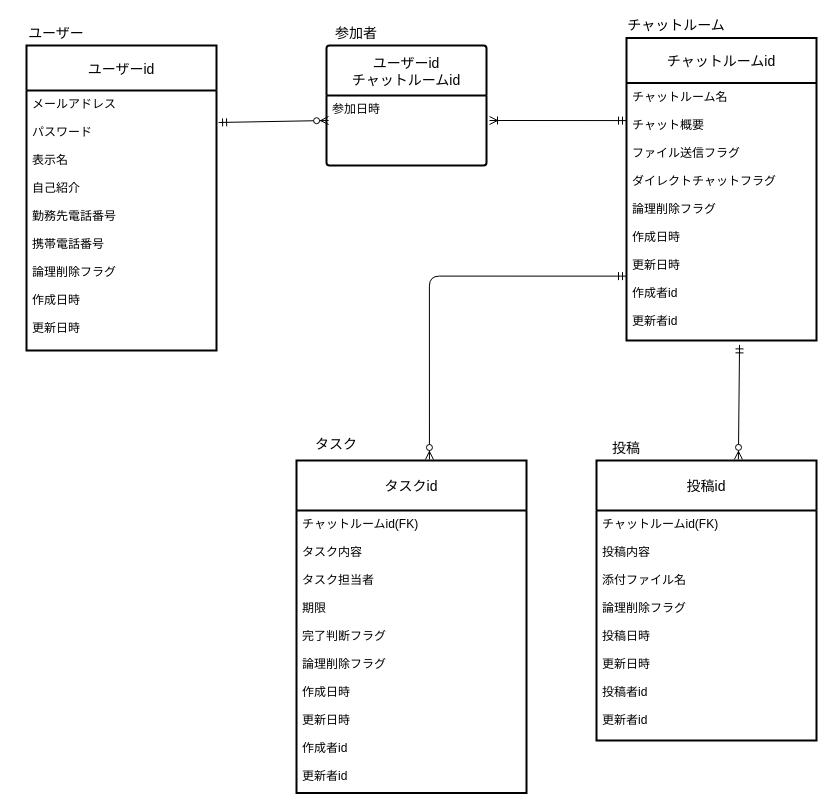
MunehiroMachida/quelcode-db keeps this draw.io diagram as db/db-challenge1/db-challenge1.drawio. Above is the earlier version. Source tidied: cells renumbered, new cells numbered last; positions are measured from the earlier drawing's top-left corner, leaving out a move shared by most shapes. Both pictures are drawn from the tidied source at 100%, with x=0, y=0 at pixel (16, 19).
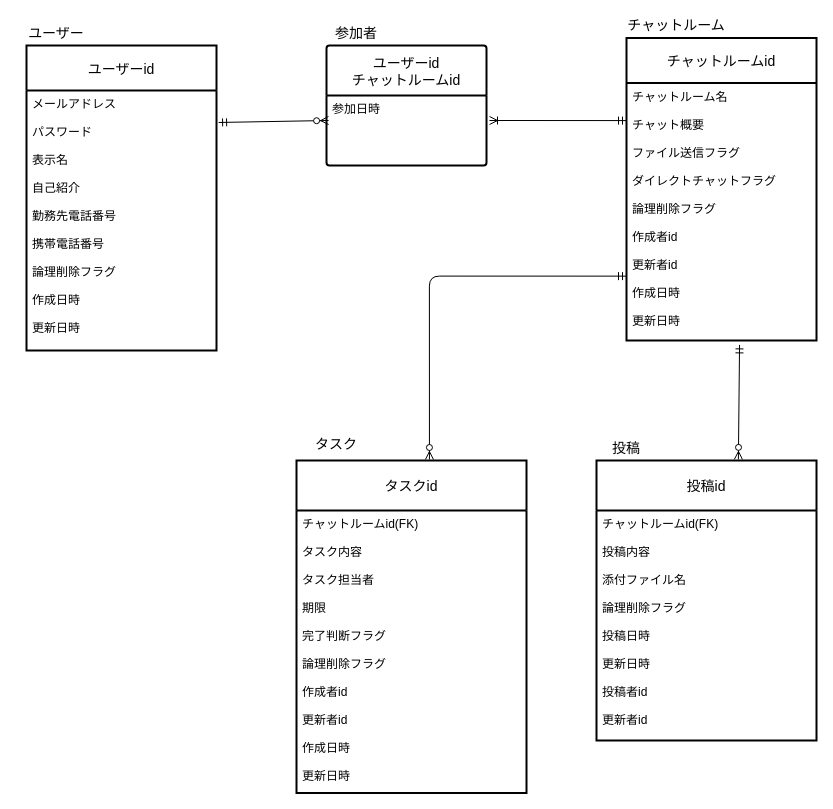
The same diagram, later.

Commit message:
各テーブルの最後に日時カラムに修正

Unchanged cells that the change refers to:
```xml
<mxCell id="11" value="タスクid" style="swimlane;horizontal=1;startSize=50;rounded=1;fontSize=14;fontStyle=0;strokeWidth=2;shadow=0;dashed=0;align=center;arcSize=0;" parent="1" vertex="1">
  <mxGeometry x="280" y="441" width="230" height="332.5" as="geometry" />
</mxCell>
<mxCell id="17" value="チャットルームid" style="swimlane;horizontal=1;startSize=45;rounded=1;fontSize=14;fontStyle=0;strokeWidth=2;shadow=0;dashed=0;align=center;arcSize=0;" parent="1" vertex="1">
  <mxGeometry x="610" y="18.5" width="190" height="302.5" as="geometry" />
</mxCell>
```

The edit, as a diff of the source:
```diff
@@
-    <mxCell id="12" value="チャットルームid(FK)&#10;&#10;タスク内容&#10;&#10;タスク担当者&#10;&#10;期限&#10;&#10;完了判断フラグ&#10;&#10;論理削除フラグ&#10;&#10;作成日時&#10;&#10;更新日時&#10;&#10;作成者id&#10;&#10;更新者id" style="align=left;strokeColor=none;fillColor=none;spacingLeft=4;fontSize=12;verticalAlign=top;" parent="11" vertex="1">
+    <mxCell id="12" value="チャットルームid(FK)&#10;&#10;タスク内容&#10;&#10;タスク担当者&#10;&#10;期限&#10;&#10;完了判断フラグ&#10;&#10;論理削除フラグ&#10;&#10;作成者id&#10;&#10;更新者id&#10;&#10;作成日時&#10;&#10;更新日時" style="align=left;strokeColor=none;fillColor=none;spacingLeft=4;fontSize=12;verticalAlign=top;" parent="11" vertex="1">
       <mxGeometry y="50" width="230" height="282.5" as="geometry" />
     </mxCell>
@@
-    <mxCell id="18" value="チャットルーム名&#10;&#10;チャット概要&#10;&#10;ファイル送信フラグ&#10;&#10;ダイレクトチャットフラグ&#10;&#10;論理削除フラグ&#10;&#10;作成日時&#10;&#10;更新日時&#10;&#10;作成者id&#10;&#10;更新者id&#10;&#10;" style="align=left;strokeColor=none;fillColor=none;spacingLeft=4;fontSize=12;verticalAlign=top;" parent="17" vertex="1">
+    <mxCell id="18" value="チャットルーム名&#10;&#10;チャット概要&#10;&#10;ファイル送信フラグ&#10;&#10;ダイレクトチャットフラグ&#10;&#10;論理削除フラグ&#10;&#10;作成者id&#10;&#10;更新者id&#10;&#10;作成日時&#10;&#10;更新日時" style="align=left;strokeColor=none;fillColor=none;spacingLeft=4;fontSize=12;verticalAlign=top;" parent="17" vertex="1">
       <mxGeometry y="45" width="190" height="257.5" as="geometry" />
     </mxCell>
```
